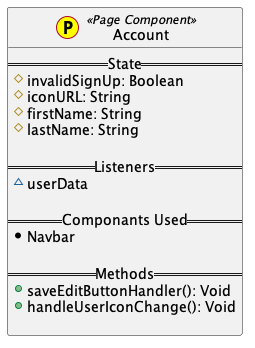
This is entry_system_website/UML_Diagrams/Pages/account.png from grid-rider/Computer_Science_IA_EntrySystem_Website, a PlantUML export, as it was before one commit.
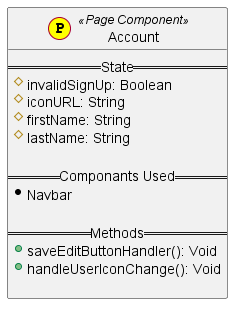
Above is the later version.

The edit, as a diff of the source:
```diff
@@ -6,9 +6,6 @@
      #iconURL: String
      #firstName: String
      #lastName: String
-
-    == Listeners ==
-     ~userData
 
     == Componants Used ==
      *Navbar
```
